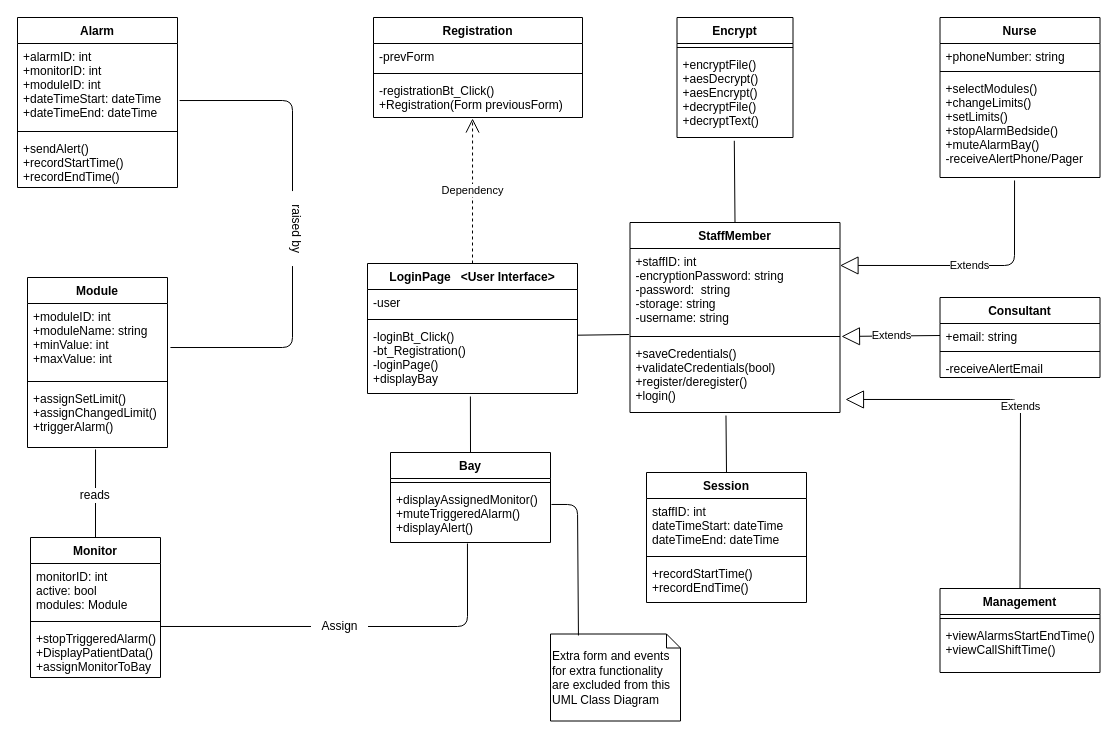
va-it/spital keeps this draw.io diagram as Diagrams/ClassDiagramSpital.drawio.xml. Above is the earlier version. Source tidied: cells renumbered, new cells numbered last; positions are measured from the earlier drawing's top-left corner, leaving out a move shared by most shapes. Both pictures are drawn from the tidied source at 100%, with x=0, y=0 at pixel (17, 17).
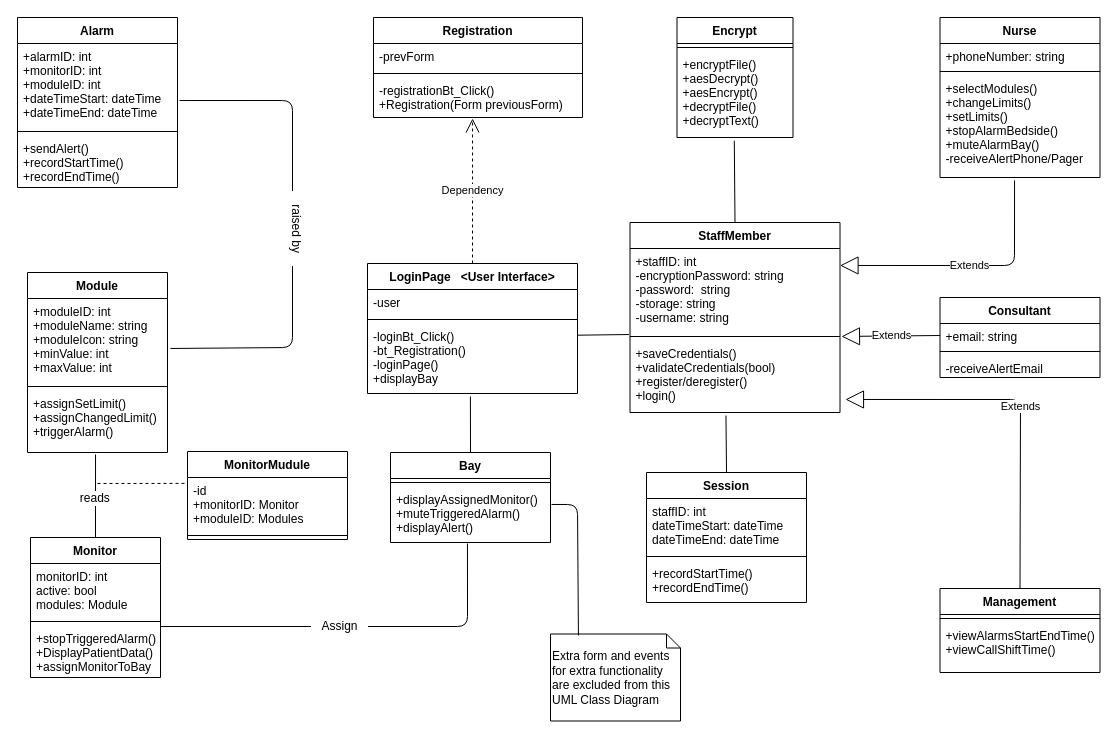
The same page after the edit.

Commit message:
class diagram - updated

What changed in the source:
```diff
@@
     <mxCell id="50" value="Module" style="swimlane;fontStyle=1;align=center;verticalAlign=top;horizontal=1;startSize=26;" parent="1" vertex="1">
-      <mxGeometry x="10" y="260" width="140" height="170" as="geometry" />
+      <mxGeometry x="10" y="255" width="140" height="180" as="geometry" />
     </mxCell>
-    <mxCell id="51" value="+moduleID: int&#10;+moduleName: string&#10;+minValue: int&#10;+maxValue: int" style="text;strokeColor=none;fillColor=none;align=left;verticalAlign=top;spacingLeft=4;spacingRight=4;overflow=hidden;points=[[0,0.5],[1,0.5]];portConstraint=eastwest;" parent="50" vertex="1">
-      <mxGeometry y="26" width="140" height="74" as="geometry" />
+    <mxCell id="51" value="+moduleID: int&#10;+moduleName: string&#10;+moduleIcon: string&#10;+minValue: int&#10;+maxValue: int" style="text;strokeColor=none;fillColor=none;align=left;verticalAlign=top;spacingLeft=4;spacingRight=4;overflow=hidden;points=[[0,0.5],[1,0.5]];portConstraint=eastwest;" parent="50" vertex="1">
+      <mxGeometry y="26" width="140" height="84" as="geometry" />
     </mxCell>
     <mxCell id="52" style="line;strokeWidth=1;fillColor=none;align=left;verticalAlign=middle;spacingTop=-1;spacingLeft=3;spacingRight=3;labelPosition=right;" parent="50" vertex="1">
-      <mxGeometry y="100" width="140" height="8" as="geometry" />
+      <mxGeometry y="110" width="140" height="8" as="geometry" />
     </mxCell>
     <mxCell id="53" value="+assignSetLimit()&#10;+assignChangedLimit()&#10;+triggerAlarm()&#10;" style="text;strokeColor=none;fillColor=none;align=left;verticalAlign=top;spacingLeft=4;spacingRight=4;overflow=hidden;points=[[0,0.5],[1,0.5]];portConstraint=eastwest;" parent="50" vertex="1">
-      <mxGeometry y="108" width="140" height="62" as="geometry" />
+      <mxGeometry y="118" width="140" height="62" as="geometry" />
     </mxCell>
@@
+    <mxCell id="63" value="MonitorMudule" style="swimlane;fontStyle=1;align=center;verticalAlign=top;horizontal=1;startSize=26;" parent="1" vertex="1">
+      <mxGeometry x="170" y="434" width="160" height="88" as="geometry" />
+    </mxCell>
+    <mxCell id="64" value="-id&#10;+monitorID: Monitor&#10;+moduleID: Modules&#10;" style="text;strokeColor=none;fillColor=none;align=left;verticalAlign=top;spacingLeft=4;spacingRight=4;overflow=hidden;points=[[0,0.5],[1,0.5]];portConstraint=eastwest;" parent="63" vertex="1">
+      <mxGeometry y="26" width="160" height="54" as="geometry" />
+    </mxCell>
+    <mxCell id="65" style="line;strokeWidth=1;fillColor=none;align=left;verticalAlign=middle;spacingTop=-1;spacingLeft=3;spacingRight=3;labelPosition=right;" parent="63" vertex="1">
+      <mxGeometry y="80" width="160" height="8" as="geometry" />
+    </mxCell>
+    <mxCell id="66" style="endArrow=none;dashed=1;html=1;entryX=-0.015;entryY=0.109;entryDx=0;entryDy=0;entryPerimeter=0;" parent="1" edge="1" target="64">
+      <mxGeometry relative="1" as="geometry">
+        <mxPoint x="80" y="466" as="sourcePoint" />
+      </mxGeometry>
+    </mxCell>
```
